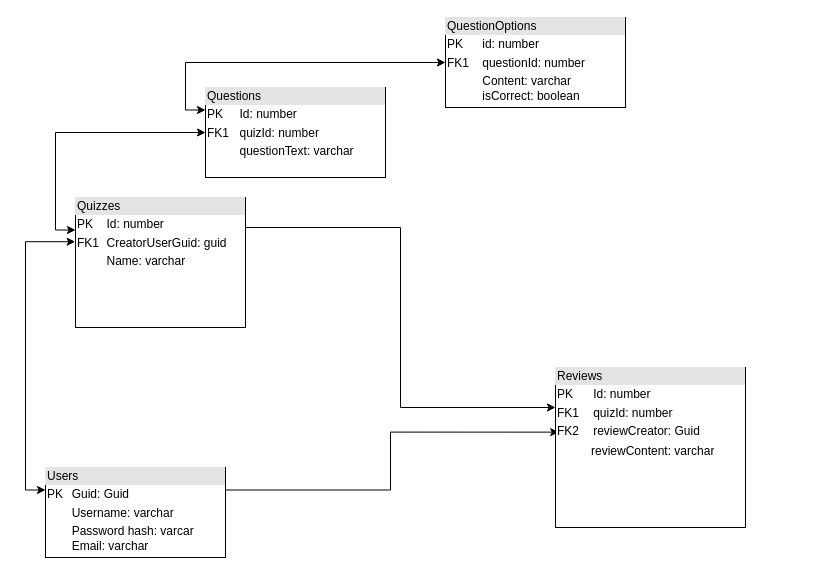
Earlier version of the draw.io diagram UI_Design_And_Diagrams/Diagrams/DatabaseDiagram.drawio (Tonari239/Web-QuizReviewer). Source tidied: cells renumbered, new cells numbered last; positions are measured from the earlier drawing's top-left corner, leaving out a move shared by most shapes. Both pictures are drawn from the tidied source at 100%, with x=0, y=0 at pixel (45, 17).
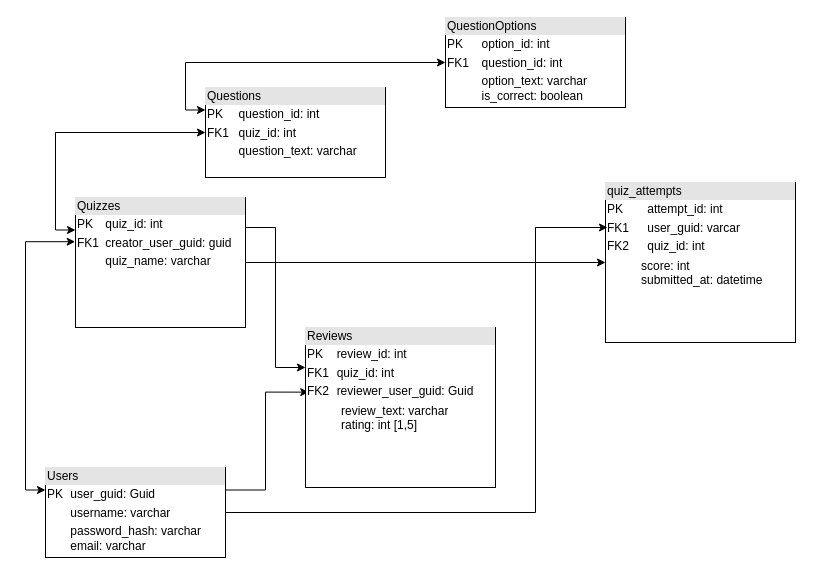
Above is the later version.

Change to the diagram source:
```diff
@@
-    <mxCell id="3" value="&lt;div style=&quot;box-sizing: border-box; width: 100%; background: rgb(228, 228, 228); padding: 2px;&quot;&gt;Users&lt;/div&gt;&lt;table style=&quot;width:100%;font-size:1em;&quot; cellpadding=&quot;2&quot; cellspacing=&quot;0&quot;&gt;&lt;tbody&gt;&lt;tr&gt;&lt;td&gt;PK&lt;/td&gt;&lt;td&gt;Guid: Guid&lt;/td&gt;&lt;/tr&gt;&lt;tr&gt;&lt;td&gt;&lt;br&gt;&lt;/td&gt;&lt;td&gt;Username: varchar&lt;/td&gt;&lt;/tr&gt;&lt;tr&gt;&lt;td&gt;&lt;/td&gt;&lt;td&gt;Password hash: varcar&lt;br&gt;Email: varchar&lt;/td&gt;&lt;/tr&gt;&lt;/tbody&gt;&lt;/table&gt;" style="verticalAlign=top;align=left;overflow=fill;html=1;whiteSpace=wrap;" parent="1" vertex="1">
+    <mxCell id="3" value="&lt;div style=&quot;box-sizing: border-box; width: 100%; background: rgb(228, 228, 228); padding: 2px;&quot;&gt;Users&lt;/div&gt;&lt;table style=&quot;width:100%;font-size:1em;&quot; cellpadding=&quot;2&quot; cellspacing=&quot;0&quot;&gt;&lt;tbody&gt;&lt;tr&gt;&lt;td&gt;PK&lt;/td&gt;&lt;td&gt;user_guid: Guid&lt;/td&gt;&lt;/tr&gt;&lt;tr&gt;&lt;td&gt;&lt;br&gt;&lt;/td&gt;&lt;td&gt;username: varchar&lt;/td&gt;&lt;/tr&gt;&lt;tr&gt;&lt;td&gt;&lt;/td&gt;&lt;td&gt;password_hash: varchar&lt;br&gt;email: varchar&lt;/td&gt;&lt;/tr&gt;&lt;/tbody&gt;&lt;/table&gt;" style="verticalAlign=top;align=left;overflow=fill;html=1;whiteSpace=wrap;" parent="1" vertex="1">
       <mxGeometry y="450" width="180" height="90" as="geometry" />
     </mxCell>
@@
-    <mxCell id="5" value="&lt;div style=&quot;box-sizing: border-box; width: 100%; background: rgb(228, 228, 228); padding: 2px;&quot;&gt;Quizzes&lt;/div&gt;&lt;table style=&quot;width:100%;font-size:1em;&quot; cellpadding=&quot;2&quot; cellspacing=&quot;0&quot;&gt;&lt;tbody&gt;&lt;tr&gt;&lt;td&gt;PK&lt;/td&gt;&lt;td&gt;Id: number&lt;/td&gt;&lt;/tr&gt;&lt;tr&gt;&lt;td&gt;FK1&lt;/td&gt;&lt;td&gt;CreatorUserGuid: guid&lt;/td&gt;&lt;/tr&gt;&lt;tr&gt;&lt;td&gt;&lt;/td&gt;&lt;td&gt;Name: varchar&lt;br&gt;&lt;br&gt;&lt;br&gt;&lt;br&gt;&lt;br&gt;&lt;br&gt;&lt;/td&gt;&lt;/tr&gt;&lt;/tbody&gt;&lt;/table&gt;" style="verticalAlign=top;align=left;overflow=fill;html=1;whiteSpace=wrap;" parent="1" vertex="1">
+    <mxCell id="5" value="&lt;div style=&quot;box-sizing: border-box; width: 100%; background: rgb(228, 228, 228); padding: 2px;&quot;&gt;Quizzes&lt;/div&gt;&lt;table style=&quot;width:100%;font-size:1em;&quot; cellpadding=&quot;2&quot; cellspacing=&quot;0&quot;&gt;&lt;tbody&gt;&lt;tr&gt;&lt;td&gt;PK&lt;/td&gt;&lt;td&gt;quiz_id: int&lt;/td&gt;&lt;/tr&gt;&lt;tr&gt;&lt;td&gt;FK1&lt;/td&gt;&lt;td&gt;creator_user_guid: guid&lt;/td&gt;&lt;/tr&gt;&lt;tr&gt;&lt;td&gt;&lt;/td&gt;&lt;td&gt;quiz_name: varchar&lt;br&gt;&lt;br&gt;&lt;br&gt;&lt;br&gt;&lt;br&gt;&lt;br&gt;&lt;/td&gt;&lt;/tr&gt;&lt;/tbody&gt;&lt;/table&gt;" style="verticalAlign=top;align=left;overflow=fill;html=1;whiteSpace=wrap;" parent="1" vertex="1">
       <mxGeometry x="30" y="180" width="170" height="130" as="geometry" />
     </mxCell>
@@
-    <mxCell id="8" value="&lt;div style=&quot;box-sizing: border-box; width: 100%; background: rgb(228, 228, 228); padding: 2px;&quot;&gt;Questions&lt;/div&gt;&lt;table style=&quot;width:100%;font-size:1em;&quot; cellpadding=&quot;2&quot; cellspacing=&quot;0&quot;&gt;&lt;tbody&gt;&lt;tr&gt;&lt;td&gt;PK&lt;/td&gt;&lt;td&gt;Id: number&lt;/td&gt;&lt;/tr&gt;&lt;tr&gt;&lt;td&gt;FK1&lt;/td&gt;&lt;td&gt;quizId: number&lt;/td&gt;&lt;/tr&gt;&lt;tr&gt;&lt;td&gt;&lt;/td&gt;&lt;td&gt;questionText: varchar&lt;/td&gt;&lt;/tr&gt;&lt;/tbody&gt;&lt;/table&gt;" style="verticalAlign=top;align=left;overflow=fill;html=1;whiteSpace=wrap;" parent="1" vertex="1">
+    <mxCell id="8" value="&lt;div style=&quot;box-sizing: border-box; width: 100%; background: rgb(228, 228, 228); padding: 2px;&quot;&gt;Questions&lt;/div&gt;&lt;table style=&quot;width:100%;font-size:1em;&quot; cellpadding=&quot;2&quot; cellspacing=&quot;0&quot;&gt;&lt;tbody&gt;&lt;tr&gt;&lt;td&gt;PK&lt;/td&gt;&lt;td&gt;question_id: int&lt;/td&gt;&lt;/tr&gt;&lt;tr&gt;&lt;td&gt;FK1&lt;/td&gt;&lt;td&gt;quiz_id: int&lt;/td&gt;&lt;/tr&gt;&lt;tr&gt;&lt;td&gt;&lt;/td&gt;&lt;td&gt;question_text: varchar&lt;/td&gt;&lt;/tr&gt;&lt;/tbody&gt;&lt;/table&gt;" style="verticalAlign=top;align=left;overflow=fill;html=1;whiteSpace=wrap;" parent="1" vertex="1">
       <mxGeometry x="160" y="70" width="180" height="90" as="geometry" />
     </mxCell>
-    <mxCell id="9" value="&lt;div style=&quot;box-sizing: border-box; width: 100%; background: rgb(228, 228, 228); padding: 2px;&quot;&gt;QuestionOptions&lt;/div&gt;&lt;table style=&quot;width:100%;font-size:1em;&quot; cellpadding=&quot;2&quot; cellspacing=&quot;0&quot;&gt;&lt;tbody&gt;&lt;tr&gt;&lt;td&gt;PK&lt;/td&gt;&lt;td&gt;id: number&lt;/td&gt;&lt;/tr&gt;&lt;tr&gt;&lt;td&gt;FK1&lt;/td&gt;&lt;td&gt;questionId: number&lt;/td&gt;&lt;/tr&gt;&lt;tr&gt;&lt;td&gt;&lt;/td&gt;&lt;td&gt;Content: varchar&lt;br&gt;isCorrect: boolean&lt;/td&gt;&lt;/tr&gt;&lt;/tbody&gt;&lt;/table&gt;" style="verticalAlign=top;align=left;overflow=fill;html=1;whiteSpace=wrap;" parent="1" vertex="1">
+    <mxCell id="9" value="&lt;div style=&quot;box-sizing: border-box; width: 100%; background: rgb(228, 228, 228); padding: 2px;&quot;&gt;QuestionOptions&lt;/div&gt;&lt;table style=&quot;width:100%;font-size:1em;&quot; cellpadding=&quot;2&quot; cellspacing=&quot;0&quot;&gt;&lt;tbody&gt;&lt;tr&gt;&lt;td&gt;PK&lt;/td&gt;&lt;td&gt;option_id: int&lt;/td&gt;&lt;/tr&gt;&lt;tr&gt;&lt;td&gt;FK1&lt;/td&gt;&lt;td&gt;question_id: int&lt;/td&gt;&lt;/tr&gt;&lt;tr&gt;&lt;td&gt;&lt;/td&gt;&lt;td&gt;option_text: varchar&lt;br&gt;is_correct: boolean&lt;/td&gt;&lt;/tr&gt;&lt;/tbody&gt;&lt;/table&gt;" style="verticalAlign=top;align=left;overflow=fill;html=1;whiteSpace=wrap;" parent="1" vertex="1">
       <mxGeometry x="400" width="180" height="90" as="geometry" />
     </mxCell>
@@
     <mxCell id="11" style="group;" parent="1" vertex="1">
-      <mxGeometry x="510" y="350" width="190" height="160" as="geometry" />
+      <mxGeometry x="260" y="310" width="190" height="160" as="geometry" />
     </mxCell>
-    <mxCell id="12" value="&lt;div style=&quot;box-sizing: border-box; width: 100%; background: rgb(228, 228, 228); padding: 2px;&quot;&gt;Reviews&lt;/div&gt;&lt;table style=&quot;width:100%;font-size:1em;&quot; cellpadding=&quot;2&quot; cellspacing=&quot;0&quot;&gt;&lt;tbody&gt;&lt;tr&gt;&lt;td&gt;PK&lt;/td&gt;&lt;td&gt;Id: number&lt;/td&gt;&lt;/tr&gt;&lt;tr&gt;&lt;td&gt;FK1&lt;/td&gt;&lt;td&gt;quizId: number&lt;/td&gt;&lt;/tr&gt;&lt;tr&gt;&lt;td&gt;FK2&lt;/td&gt;&lt;td&gt;reviewCreator: Guid&lt;/td&gt;&lt;/tr&gt;&lt;/tbody&gt;&lt;/table&gt;" style="verticalAlign=top;align=left;overflow=fill;html=1;whiteSpace=wrap;" parent="11" vertex="1">
+    <mxCell id="12" value="&lt;div style=&quot;box-sizing: border-box; width: 100%; background: rgb(228, 228, 228); padding: 2px;&quot;&gt;Reviews&lt;/div&gt;&lt;table style=&quot;width:100%;font-size:1em;&quot; cellpadding=&quot;2&quot; cellspacing=&quot;0&quot;&gt;&lt;tbody&gt;&lt;tr&gt;&lt;td&gt;PK&lt;/td&gt;&lt;td&gt;review_id: int&lt;/td&gt;&lt;/tr&gt;&lt;tr&gt;&lt;td&gt;FK1&lt;/td&gt;&lt;td&gt;quiz_id: int&lt;/td&gt;&lt;/tr&gt;&lt;tr&gt;&lt;td&gt;FK2&lt;/td&gt;&lt;td&gt;reviewer_user_guid: Guid&lt;/td&gt;&lt;/tr&gt;&lt;/tbody&gt;&lt;/table&gt;" style="verticalAlign=top;align=left;overflow=fill;html=1;whiteSpace=wrap;" parent="11" vertex="1">
       <mxGeometry width="190" height="160" as="geometry" />
     </mxCell>
-    <mxCell id="13" value="reviewContent: varchar" style="text;strokeColor=none;fillColor=none;align=left;verticalAlign=top;spacingLeft=4;spacingRight=4;overflow=hidden;whiteSpace=wrap;html=1;" parent="11" vertex="1">
-      <mxGeometry x="30" y="70" width="140" height="26" as="geometry" />
+    <mxCell id="13" value="&lt;div&gt;review_text: varchar&lt;/div&gt;&lt;div&gt;rating: int [1,5]&lt;/div&gt;" style="text;strokeColor=none;fillColor=none;align=left;verticalAlign=top;spacingLeft=4;spacingRight=4;overflow=hidden;whiteSpace=wrap;html=1;" parent="11" vertex="1">
+      <mxGeometry x="30" y="70" width="140" height="50" as="geometry" />
     </mxCell>
+    <mxCell id="14" style="group;" parent="1" vertex="1">
+      <mxGeometry x="560" y="165" width="190" height="160" as="geometry" />
+    </mxCell>
+    <mxCell id="15" value="&lt;div style=&quot;box-sizing: border-box; width: 100%; background: rgb(228, 228, 228); padding: 2px;&quot;&gt;quiz_attempts&lt;/div&gt;&lt;table style=&quot;width:100%;font-size:1em;&quot; cellpadding=&quot;2&quot; cellspacing=&quot;0&quot;&gt;&lt;tbody&gt;&lt;tr&gt;&lt;td&gt;PK&lt;/td&gt;&lt;td&gt;attempt_id: int&lt;/td&gt;&lt;/tr&gt;&lt;tr&gt;&lt;td&gt;FK1&lt;/td&gt;&lt;td&gt;user_guid: varcar&lt;/td&gt;&lt;/tr&gt;&lt;tr&gt;&lt;td&gt;FK2&lt;/td&gt;&lt;td&gt;quiz_id: int&lt;/td&gt;&lt;/tr&gt;&lt;/tbody&gt;&lt;/table&gt;" style="verticalAlign=top;align=left;overflow=fill;html=1;whiteSpace=wrap;" parent="14" vertex="1">
+      <mxGeometry width="190" height="160" as="geometry" />
+    </mxCell>
+    <mxCell id="16" value="&lt;div&gt;score: int&lt;/div&gt;&lt;div&gt;submitted_at: datetime&lt;/div&gt;" style="text;strokeColor=none;fillColor=none;align=left;verticalAlign=top;spacingLeft=4;spacingRight=4;overflow=hidden;whiteSpace=wrap;html=1;" parent="14" vertex="1">
+      <mxGeometry x="30" y="70" width="140" height="50" as="geometry" />
+    </mxCell>
+    <mxCell id="17" style="endArrow=classic;html=1;rounded=0;" parent="1" edge="1" source="3">
+      <mxGeometry relative="1" as="geometry">
+        <mxPoint x="562" y="210" as="targetPoint" />
+        <Array as="points">
+          <mxPoint x="490" y="495" />
+          <mxPoint x="490" y="210" />
+        </Array>
+      </mxGeometry>
+    </mxCell>
+    <mxCell id="18" style="endArrow=classic;html=1;rounded=0;exitX=1;exitY=0.5;exitDx=0;exitDy=0;" parent="1" edge="1" source="5" target="15">
+      <mxGeometry relative="1" as="geometry" />
+    </mxCell>
```
